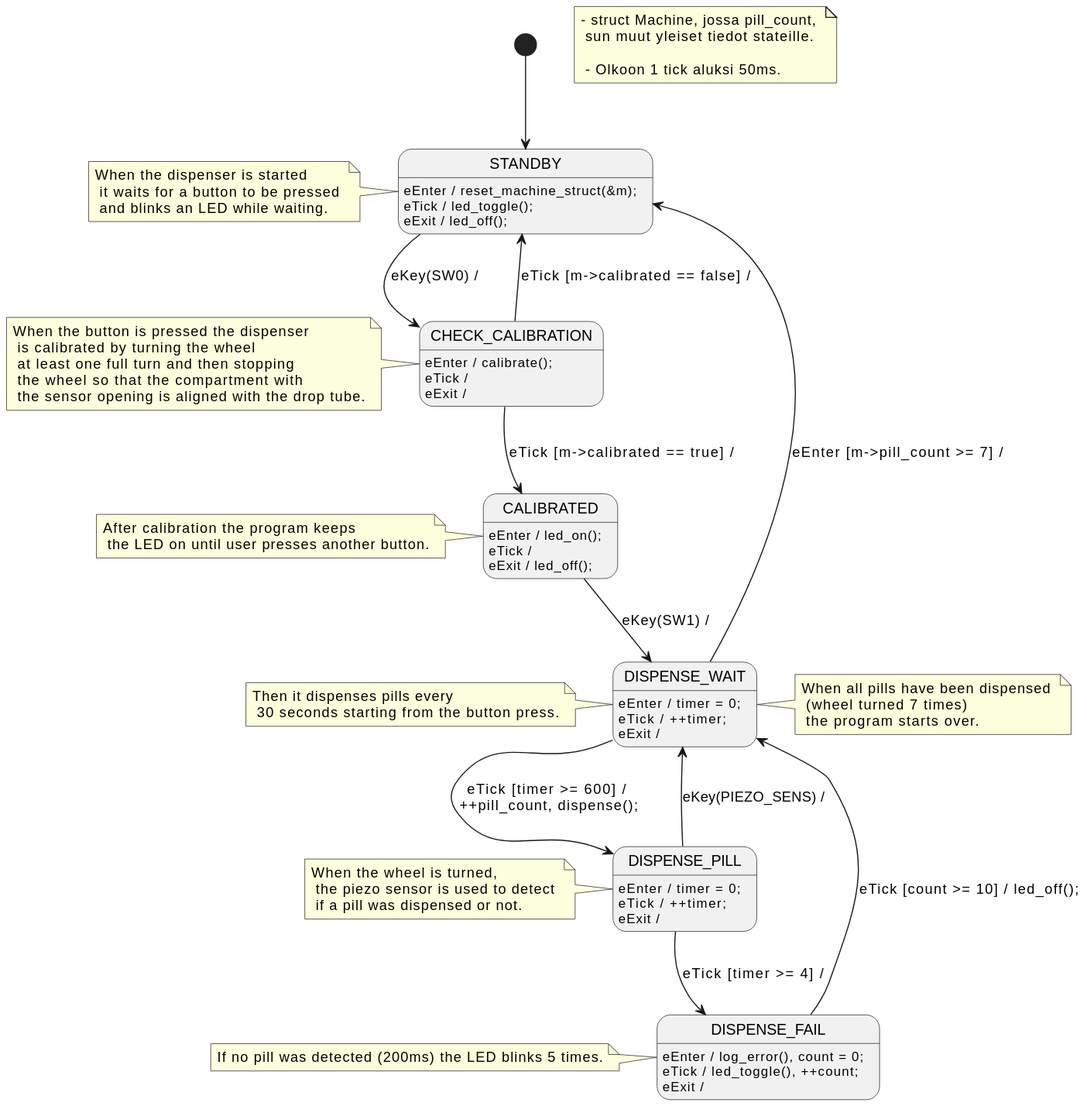
This is out/minimum_state_diagram/Minimum State Machine.svg from aleksanteril/LAAKKEET, a PlantUML export, as it was before one commit.
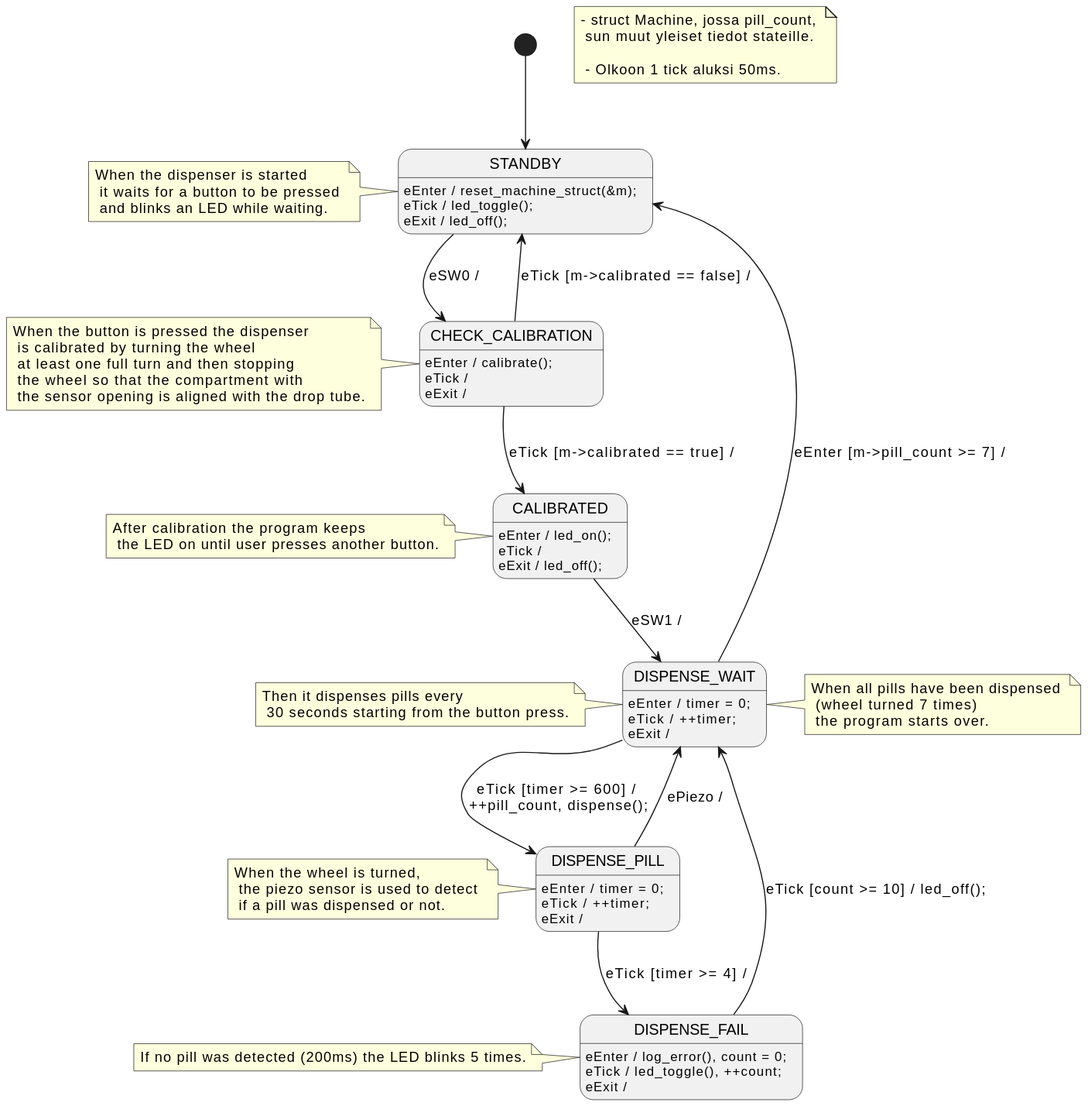
Above is the later version.

Diff of the diagram source:
```diff
@@ -3,7 +3,7 @@
 STANDBY : eEnter / reset_machine_struct(&m);
 STANDBY : eTick / led_toggle();
 STANDBY : eExit / led_off();
-STANDBY --> CHECK_CALIBRATION : eKey(SW0) /
+STANDBY --> CHECK_CALIBRATION : eSW0 /
 
 
 note "- struct Machine, jossa pill_count, \n sun muut yleiset tiedot stateille. \n \n - Olkoon 1 tick aluksi 50ms." as N1
@@ -20,7 +20,7 @@
 CALIBRATED : eEnter / led_on();
 CALIBRATED : eTick /
 CALIBRATED : eExit / led_off();
-CALIBRATED --> DISPENSE_WAIT : eKey(SW1) /
+CALIBRATED --> DISPENSE_WAIT : eSW1 /
 
 note left of CALIBRATED : After calibration the program keeps \n the LED on until user presses another button.
 
@@ -36,7 +36,7 @@
 DISPENSE_PILL : eEnter / timer = 0;
 DISPENSE_PILL : eTick / ++timer;
 DISPENSE_PILL : eExit /
-DISPENSE_PILL --> DISPENSE_WAIT : eKey(PIEZO_SENS) /
+DISPENSE_PILL --> DISPENSE_WAIT : ePiezo /
 DISPENSE_PILL --> DISPENSE_FAIL : eTick [timer >= 4] /
 
 note left of DISPENSE_PILL : When the wheel is turned, \n the piezo sensor is used to detect \n if a pill was dispensed or not.
```
